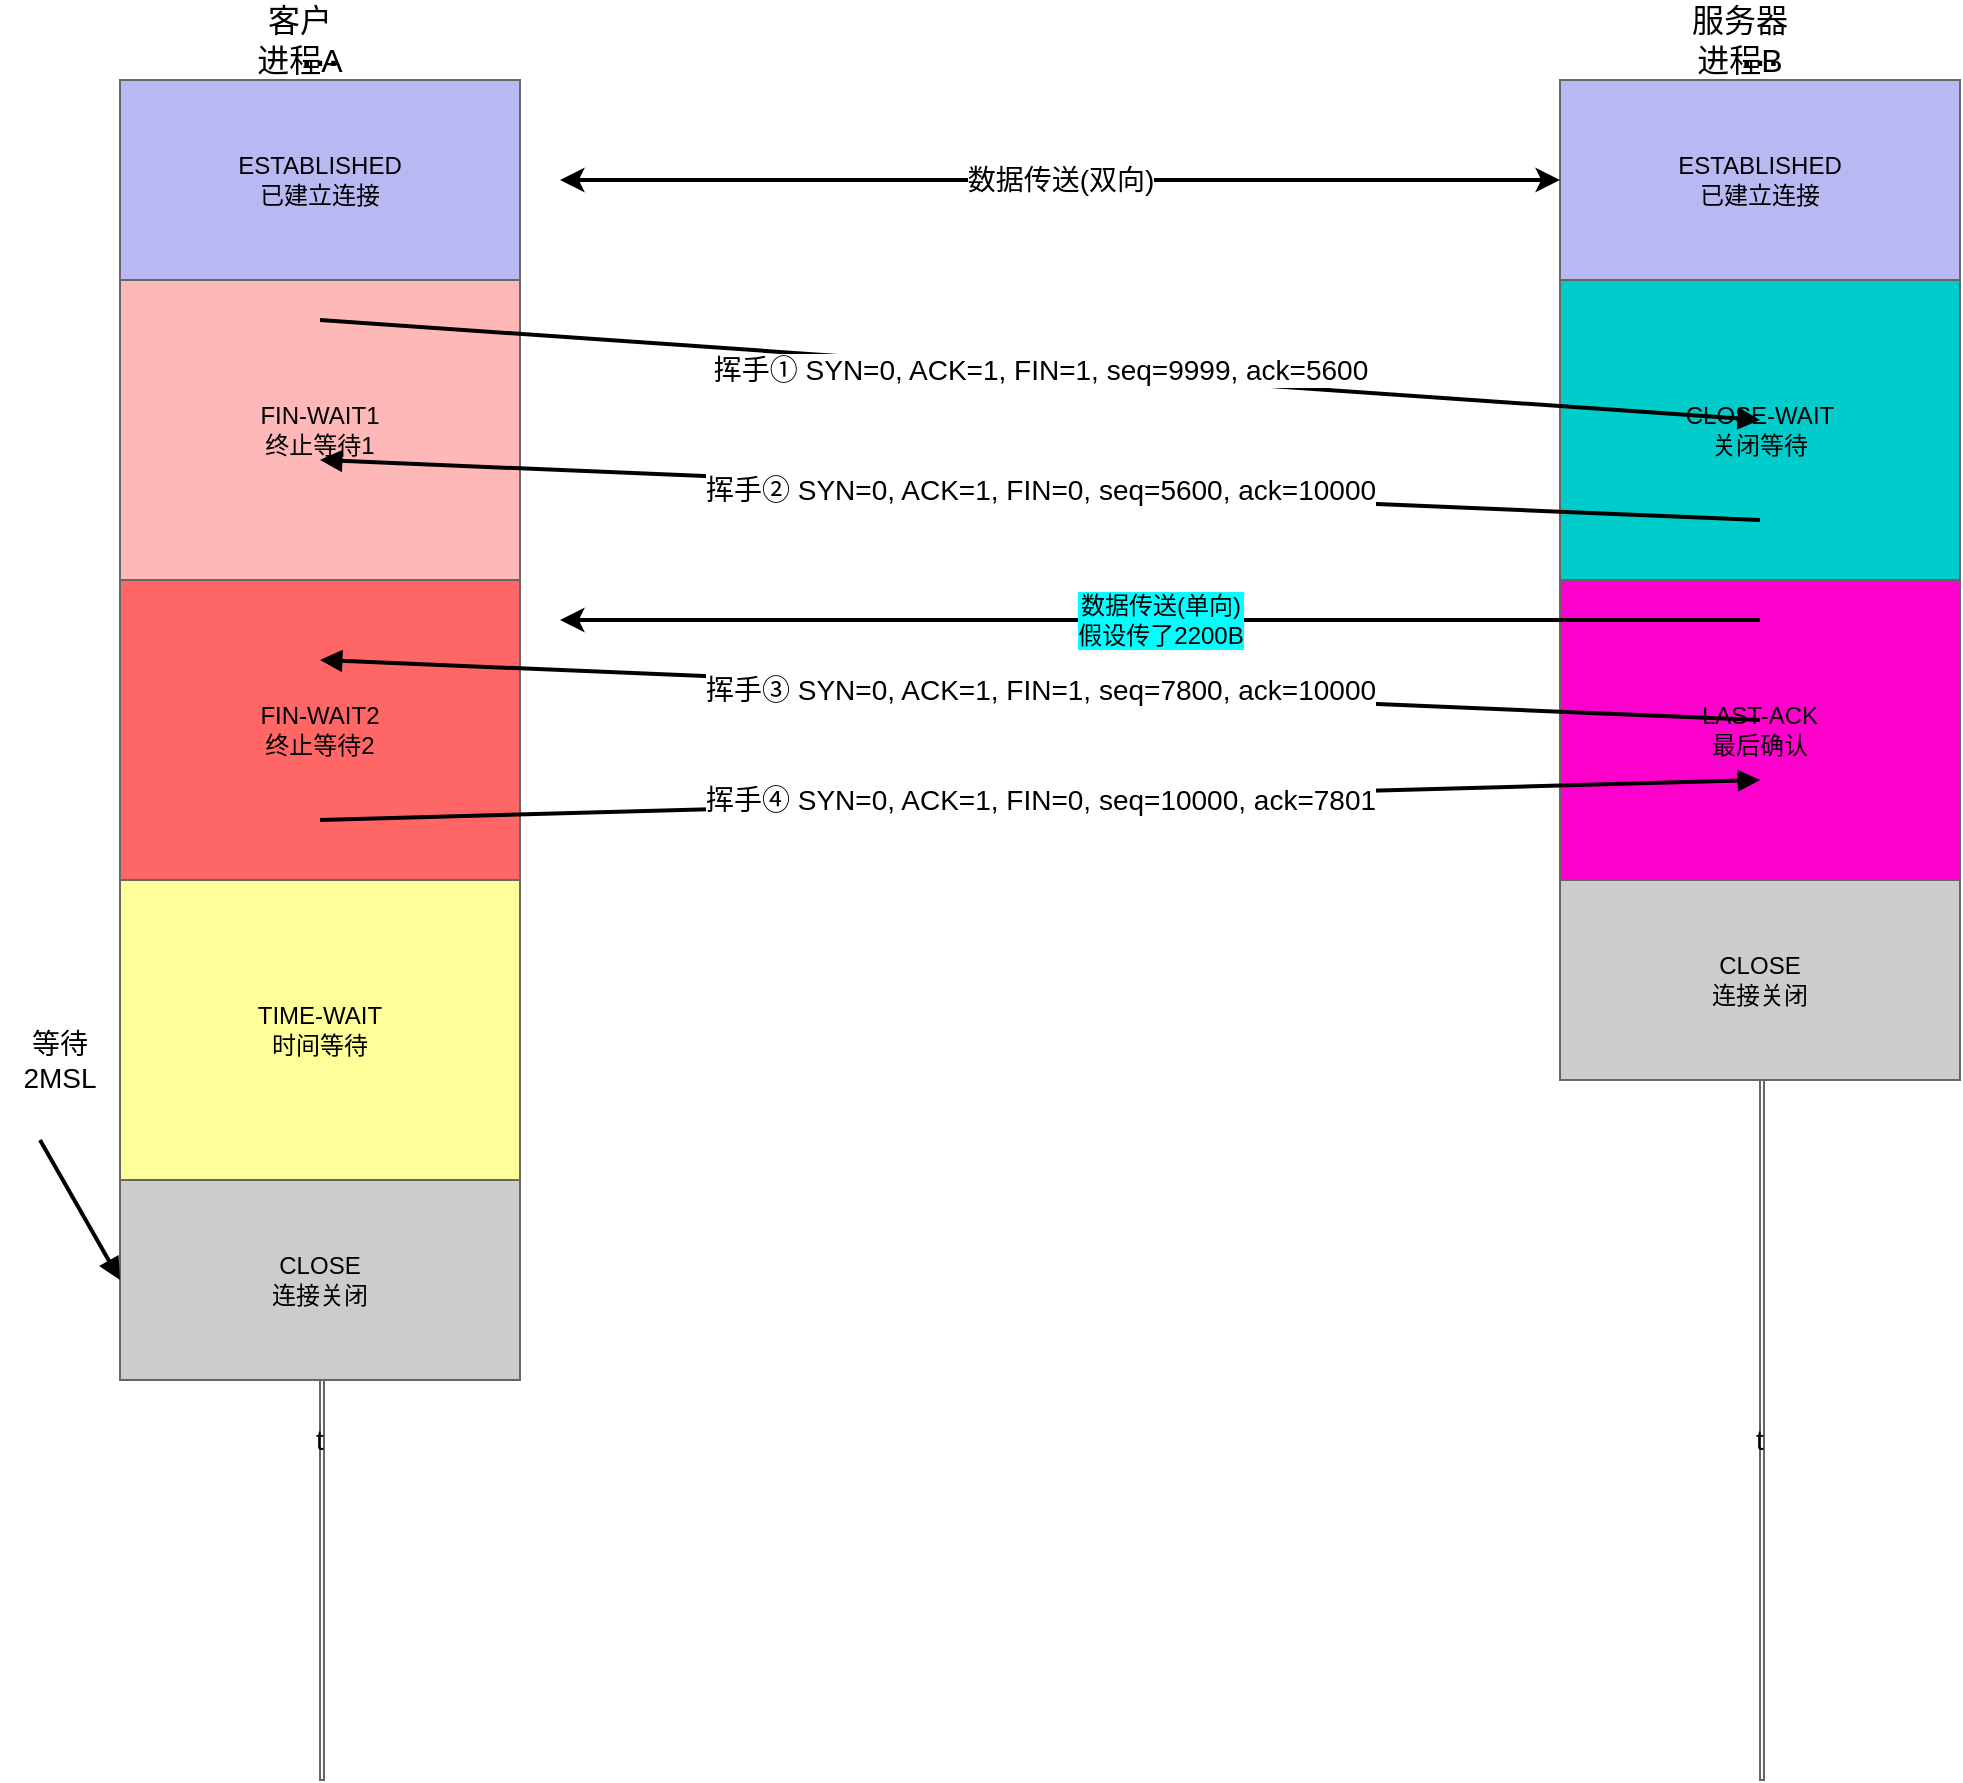
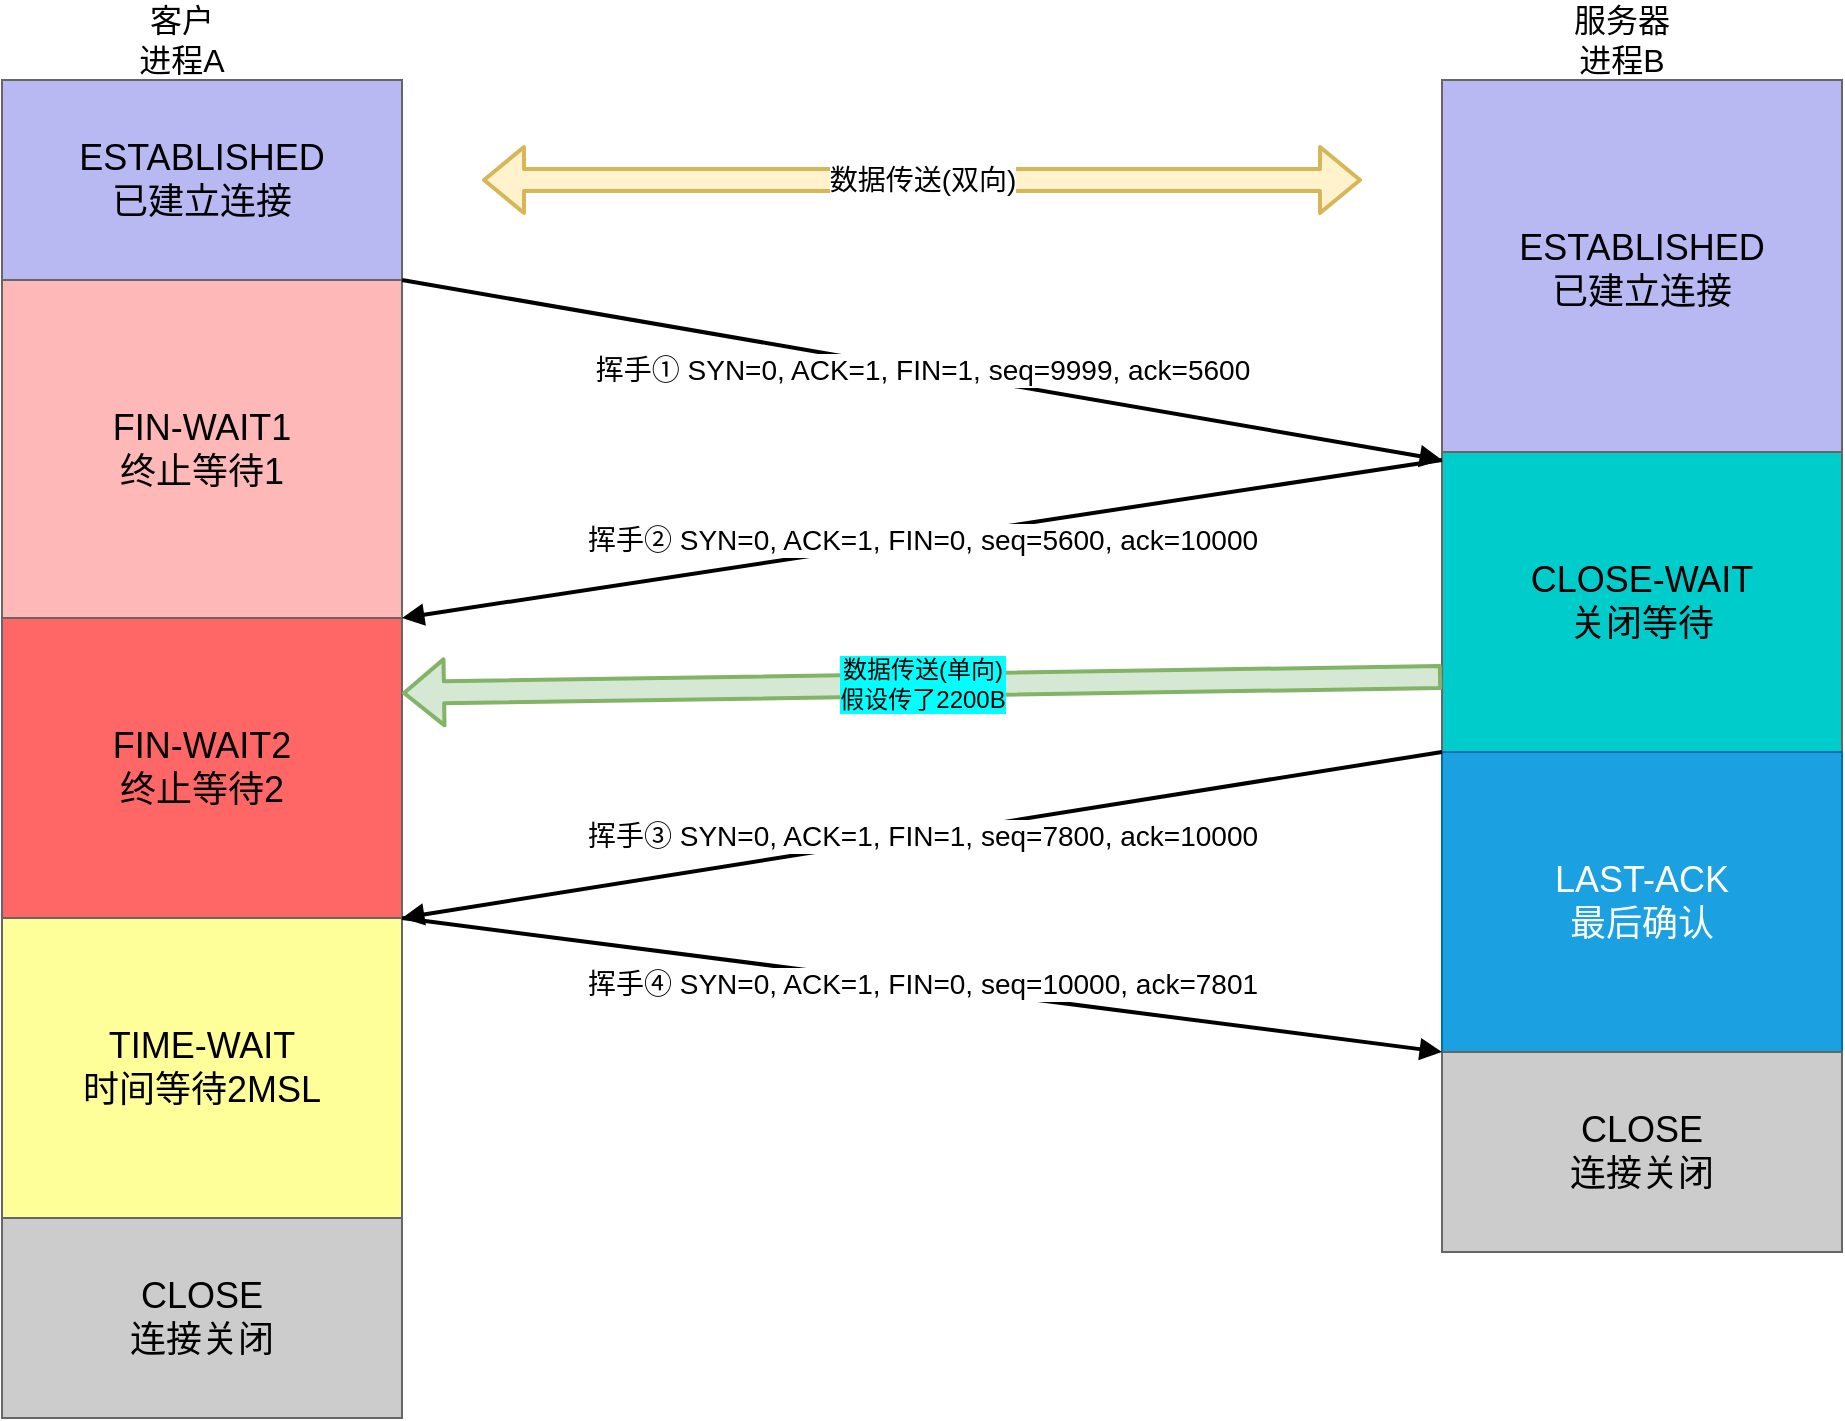
<mxfile host="app.diagrams.net">
  <diagram id="TCP-4way-handshake" name="TCP四次挥手">
-     <mxGraphModel dx="1300" dy="900" grid="1" gridSize="10" guides="1" tooltips="1" connect="1" arrows="1">
+     <mxGraphModel dx="3087" dy="1887" grid="1" gridSize="10" guides="1" tooltips="1" connect="1" arrows="1" fold="1" page="1" pageScale="1" pageWidth="827" pageHeight="1169" math="0" shadow="0">
      <root>
-         <mxCell id="0"/>
-         <mxCell id="1" parent="0"/>
- 
-         <!-- 左侧客户进程A -->
-         <mxCell id="colA" value="" style="endArrow=none;html=1;strokeColor=#666666;" vertex="1" parent="1">
-           <mxGeometry x="180" y="50" width="2" height="850" as="geometry"/>
+         <mxCell id="0" />
+         <mxCell id="1" parent="0" />
+         <mxCell id="labelA" parent="1" style="text;html=1;strokeColor=none;fillColor=none;align=center;verticalAlign=middle;whiteSpace=wrap;rounded=0;fontSize=16;" value="客户&#xa;进程A" vertex="1">
+           <mxGeometry height="40" width="100" x="120" y="10" as="geometry" />
        </mxCell>
- 
-         <mxCell id="labelA" value="客户&#xa;进程A" style="text;html=1;strokeColor=none;fillColor=none;align=center;verticalAlign=middle;whiteSpace=wrap;rounded=0;fontSize=16;" vertex="1" parent="1">
-           <mxGeometry x="120" y="10" width="100" height="40" as="geometry"/>
+         <mxCell id="stateA1" parent="1" style="rounded=0;whiteSpace=wrap;html=1;fillColor=#B8B8F2;strokeColor=#666666;" value="&lt;font style=&quot;font-size: 18px;&quot;&gt;ESTABLISHED&lt;br&gt;已建立连接&lt;/font&gt;" vertex="1">
+           <mxGeometry height="100" width="200" x="80" y="50" as="geometry" />
        </mxCell>
- 
-         <mxCell id="dotsA_top" value="..." style="text;html=1;strokeColor=none;fillColor=none;align=center;verticalAlign=middle;whiteSpace=wrap;rounded=0;fontSize=24;" vertex="1" parent="1">
-           <mxGeometry x="170" y="20" width="20" height="30" as="geometry"/>
+         <mxCell id="stateA2" parent="1" style="rounded=0;whiteSpace=wrap;html=1;fillColor=#FFB8B8;strokeColor=#666666;" value="&lt;font style=&quot;font-size: 18px;&quot;&gt;FIN-WAIT1&lt;br&gt;终止等待1&lt;/font&gt;" vertex="1">
+           <mxGeometry height="170" width="200" x="80" y="150" as="geometry" />
        </mxCell>
- 
-         <mxCell id="stateA1" value="ESTABLISHED&#xa;已建立连接" style="rounded=0;whiteSpace=wrap;html=1;fillColor=#B8B8F2;strokeColor=#666666;" vertex="1" parent="1">
-           <mxGeometry x="80" y="50" width="200" height="100" as="geometry"/>
+         <mxCell id="stateA3" parent="1" style="rounded=0;whiteSpace=wrap;html=1;fillColor=#FF6666;strokeColor=#666666;" value="&lt;font style=&quot;font-size: 18px;&quot;&gt;FIN-WAIT2&lt;br&gt;终止等待2&lt;/font&gt;" vertex="1">
+           <mxGeometry height="150" width="200" x="80" y="319" as="geometry" />
        </mxCell>
- 
-         <mxCell id="stateA2" value="FIN-WAIT1&#xa;终止等待1" style="rounded=0;whiteSpace=wrap;html=1;fillColor=#FFB8B8;strokeColor=#666666;" vertex="1" parent="1">
-           <mxGeometry x="80" y="150" width="200" height="150" as="geometry"/>
+         <mxCell id="stateA4" parent="1" style="rounded=0;whiteSpace=wrap;html=1;fillColor=#FFFF99;strokeColor=#666666;" value="&lt;font style=&quot;font-size: 18px;&quot;&gt;&lt;font style=&quot;&quot;&gt;TIME-WAIT&lt;br&gt;时间等待&lt;/font&gt;2MSL&lt;/font&gt;" vertex="1">
+           <mxGeometry height="150" width="200" x="80" y="469" as="geometry" />
        </mxCell>
- 
-         <mxCell id="stateA3" value="FIN-WAIT2&#xa;终止等待2" style="rounded=0;whiteSpace=wrap;html=1;fillColor=#FF6666;strokeColor=#666666;" vertex="1" parent="1">
-           <mxGeometry x="80" y="300" width="200" height="150" as="geometry"/>
+         <mxCell id="stateA5" parent="1" style="rounded=0;whiteSpace=wrap;html=1;fillColor=#CCCCCC;strokeColor=#666666;" value="&lt;font style=&quot;font-size: 18px;&quot;&gt;CLOSE&lt;br&gt;连接关闭&lt;/font&gt;" vertex="1">
+           <mxGeometry height="100" width="200" x="80" y="619" as="geometry" />
        </mxCell>
- 
-         <mxCell id="stateA4" value="TIME-WAIT&#xa;时间等待" style="rounded=0;whiteSpace=wrap;html=1;fillColor=#FFFF99;strokeColor=#666666;" vertex="1" parent="1">
-           <mxGeometry x="80" y="450" width="200" height="150" as="geometry"/>
+         <mxCell id="labelB" parent="1" style="text;html=1;strokeColor=none;fillColor=none;align=center;verticalAlign=middle;whiteSpace=wrap;rounded=0;fontSize=16;" value="服务器&#xa;进程B" vertex="1">
+           <mxGeometry height="40" width="100" x="840" y="10" as="geometry" />
        </mxCell>
- 
-         <mxCell id="stateA5" value="CLOSE&#xa;连接关闭" style="rounded=0;whiteSpace=wrap;html=1;fillColor=#CCCCCC;strokeColor=#666666;" vertex="1" parent="1">
-           <mxGeometry x="80" y="600" width="200" height="100" as="geometry"/>
+         <mxCell id="stateB1" parent="1" style="rounded=0;whiteSpace=wrap;html=1;fillColor=#B8B8F2;strokeColor=#666666;" value="&lt;font style=&quot;font-size: 18px;&quot;&gt;ESTABLISHED&lt;br&gt;已建立连接&lt;/font&gt;" vertex="1">
+           <mxGeometry height="190" width="200" x="800" y="50" as="geometry" />
        </mxCell>
- 
-         <mxCell id="timeA" value="t" style="text;html=1;strokeColor=none;fillColor=none;align=center;verticalAlign=middle;whiteSpace=wrap;rounded=0;fontSize=14;" vertex="1" parent="1">
-           <mxGeometry x="170" y="720" width="20" height="20" as="geometry"/>
+         <mxCell id="stateB2" parent="1" style="rounded=0;whiteSpace=wrap;html=1;fillColor=#00CCCC;strokeColor=#666666;" value="&lt;font style=&quot;font-size: 18px;&quot;&gt;CLOSE-WAIT&lt;br&gt;关闭等待&lt;/font&gt;" vertex="1">
+           <mxGeometry height="150" width="200" x="800" y="236" as="geometry" />
        </mxCell>
- 
-         <mxCell id="wait2MSL" value="等待&#xa;2MSL" style="text;html=1;strokeColor=none;fillColor=none;align=center;verticalAlign=middle;whiteSpace=wrap;rounded=0;fontSize=14;" vertex="1" parent="1">
-           <mxGeometry x="20" y="500" width="60" height="80" as="geometry"/>
+         <mxCell id="stateB3" parent="1" style="rounded=0;whiteSpace=wrap;html=1;fillColor=#1ba1e2;strokeColor=#006EAF;fontColor=#ffffff;" value="&lt;font style=&quot;font-size: 18px;&quot;&gt;LAST-ACK&lt;br&gt;最后确认&lt;/font&gt;" vertex="1">
+           <mxGeometry height="150" width="200" x="800" y="386" as="geometry" />
        </mxCell>
- 
-         <mxCell id="arrow_wait" value="" style="endArrow=block;html=1;strokeWidth=2;fillColor=#000000;" edge="1" parent="1">
+         <mxCell id="stateB4" parent="1" style="rounded=0;whiteSpace=wrap;html=1;fillColor=#CCCCCC;strokeColor=#666666;" value="&lt;font style=&quot;font-size: 18px;&quot;&gt;CLOSE&lt;br&gt;连接关闭&lt;/font&gt;" vertex="1">
+           <mxGeometry height="100" width="200" x="800" y="536" as="geometry" />
+         </mxCell>
+         <mxCell id="arrow_data" edge="1" parent="1" style="endArrow=classic;startArrow=classic;html=1;strokeWidth=2;labelBackgroundColor=#ffffff;fontSize=14;shape=flexArrow;fillColor=#fff2cc;strokeColor=#d6b656;" value="数据传送(双向)">
          <mxGeometry relative="1" as="geometry">
-             <mxPoint x="40" y="580" as="sourcePoint"/>
-             <mxPoint x="80" y="580" as="targetPoint"/>
-             <mxPoint x="80" y="650" as="targetPoint"/>
+             <mxPoint x="320" y="100" as="sourcePoint" />
+             <mxPoint x="760" y="100" as="targetPoint" />
          </mxGeometry>
        </mxCell>
- 
-         <!-- 右侧服务器进程B -->
-         <mxCell id="colB" value="" style="endArrow=none;html=1;strokeColor=#666666;" vertex="1" parent="1">
-           <mxGeometry x="900" y="50" width="2" height="850" as="geometry"/>
-         </mxCell>
- 
-         <mxCell id="labelB" value="服务器&#xa;进程B" style="text;html=1;strokeColor=none;fillColor=none;align=center;verticalAlign=middle;whiteSpace=wrap;rounded=0;fontSize=16;" vertex="1" parent="1">
-           <mxGeometry x="840" y="10" width="100" height="40" as="geometry"/>
-         </mxCell>
- 
-         <mxCell id="dotsB_top" value="..." style="text;html=1;strokeColor=none;fillColor=none;align=center;verticalAlign=middle;whiteSpace=wrap;rounded=0;fontSize=24;" vertex="1" parent="1">
-           <mxGeometry x="890" y="20" width="20" height="30" as="geometry"/>
-         </mxCell>
- 
-         <mxCell id="stateB1" value="ESTABLISHED&#xa;已建立连接" style="rounded=0;whiteSpace=wrap;html=1;fillColor=#B8B8F2;strokeColor=#666666;" vertex="1" parent="1">
-           <mxGeometry x="800" y="50" width="200" height="100" as="geometry"/>
-         </mxCell>
- 
-         <mxCell id="stateB2" value="CLOSE-WAIT&#xa;关闭等待" style="rounded=0;whiteSpace=wrap;html=1;fillColor=#00CCCC;strokeColor=#666666;" vertex="1" parent="1">
-           <mxGeometry x="800" y="150" width="200" height="150" as="geometry"/>
-         </mxCell>
- 
-         <mxCell id="stateB3" value="LAST-ACK&#xa;最后确认" style="rounded=0;whiteSpace=wrap;html=1;fillColor=#FF00CC;strokeColor=#666666;" vertex="1" parent="1">
-           <mxGeometry x="800" y="300" width="200" height="150" as="geometry"/>
-         </mxCell>
- 
-         <mxCell id="stateB4" value="CLOSE&#xa;连接关闭" style="rounded=0;whiteSpace=wrap;html=1;fillColor=#CCCCCC;strokeColor=#666666;" vertex="1" parent="1">
-           <mxGeometry x="800" y="450" width="200" height="100" as="geometry"/>
-         </mxCell>
- 
-         <mxCell id="timeB" value="t" style="text;html=1;strokeColor=none;fillColor=none;align=center;verticalAlign=middle;whiteSpace=wrap;rounded=0;fontSize=14;" vertex="1" parent="1">
-           <mxGeometry x="890" y="720" width="20" height="20" as="geometry"/>
-         </mxCell>
- 
-         <!-- 数据传输双向箭头 -->
-         <mxCell id="arrow_data" value="数据传送(双向)" style="endArrow=classic;startArrow=classic;html=1;strokeWidth=2;fillColor=#000000;labelBackgroundColor=#ffffff;fontSize=14;" edge="1" parent="1">
+         <mxCell id="arrow1" edge="1" parent="1" source="stateA2" style="endArrow=block;html=1;strokeWidth=2;fillColor=#000000;labelBackgroundColor=#ffffff;fontSize=14;exitX=1;exitY=0;exitDx=0;exitDy=0;entryX=0;entryY=1;entryDx=0;entryDy=0;" target="stateB1" value="挥手① SYN=0, ACK=1, FIN=1, seq=9999, ack=5600">
          <mxGeometry relative="1" as="geometry">
-             <mxPoint x="300" y="100" as="sourcePoint"/>
-             <mxPoint x="800" y="100" as="targetPoint"/>
+             <mxPoint x="180" y="170" as="sourcePoint" />
+             <mxPoint x="900" y="220" as="targetPoint" />
          </mxGeometry>
        </mxCell>
- 
-         <!-- 挥手1 -->
-         <mxCell id="arrow1" value="挥手① SYN=0, ACK=1, FIN=1, seq=9999, ack=5600" style="endArrow=block;html=1;strokeWidth=2;fillColor=#000000;labelBackgroundColor=#ffffff;fontSize=14;" edge="1" parent="1">
+         <mxCell id="arrow2" edge="1" parent="1" style="endArrow=block;html=1;strokeWidth=2;fillColor=#000000;labelBackgroundColor=#ffffff;fontSize=14;entryX=1;entryY=0;entryDx=0;entryDy=0;" target="stateA3" value="挥手② SYN=0, ACK=1, FIN=0, seq=5600, ack=10000">
          <mxGeometry relative="1" as="geometry">
-             <mxPoint x="180" y="170" as="sourcePoint"/>
-             <mxPoint x="900" y="220" as="targetPoint"/>
+             <mxPoint x="800" y="240" as="sourcePoint" />
+             <mxPoint x="180" y="240" as="targetPoint" />
          </mxGeometry>
        </mxCell>
- 
-         <!-- 挥手2 -->
-         <mxCell id="arrow2" value="挥手② SYN=0, ACK=1, FIN=0, seq=5600, ack=10000" style="endArrow=block;html=1;strokeWidth=2;fillColor=#000000;labelBackgroundColor=#ffffff;fontSize=14;" edge="1" parent="1">
+         <mxCell id="arrow_data_single" edge="1" parent="1" source="stateB2" style="endArrow=classic;html=1;strokeWidth=2;fillColor=#d5e8d4;labelBackgroundColor=#00FFFF;fontSize=12;exitX=0;exitY=0.75;exitDx=0;exitDy=0;entryX=1;entryY=0.25;entryDx=0;entryDy=0;shape=flexArrow;strokeColor=#82b366;" target="stateA3" value="数据传送(单向)&#xa;假设传了2200B">
          <mxGeometry relative="1" as="geometry">
-             <mxPoint x="900" y="270" as="sourcePoint"/>
-             <mxPoint x="180" y="240" as="targetPoint"/>
+             <mxPoint x="900" y="320" as="sourcePoint" />
+             <mxPoint x="300" y="320" as="targetPoint" />
          </mxGeometry>
        </mxCell>
- 
-         <!-- 数据传送单向 -->
-         <mxCell id="arrow_data_single" value="数据传送(单向)&#xa;假设传了2200B" style="endArrow=classic;html=1;strokeWidth=2;fillColor=#000000;labelBackgroundColor=#00FFFF;fontSize=12;" edge="1" parent="1">
+         <mxCell id="arrow3" edge="1" parent="1" source="stateB3" style="endArrow=block;html=1;strokeWidth=2;fillColor=#000000;labelBackgroundColor=#ffffff;fontSize=14;exitX=0;exitY=0;exitDx=0;exitDy=0;entryX=1;entryY=1;entryDx=0;entryDy=0;" target="stateA3" value="挥手③ SYN=0, ACK=1, FIN=1, seq=7800, ack=10000">
          <mxGeometry relative="1" as="geometry">
-             <mxPoint x="900" y="320" as="sourcePoint"/>
-             <mxPoint x="300" y="320" as="targetPoint"/>
+             <mxPoint x="900" y="370" as="sourcePoint" />
+             <mxPoint x="180" y="340" as="targetPoint" />
          </mxGeometry>
        </mxCell>
- 
-         <!-- 挥手3 -->
-         <mxCell id="arrow3" value="挥手③ SYN=0, ACK=1, FIN=1, seq=7800, ack=10000" style="endArrow=block;html=1;strokeWidth=2;fillColor=#000000;labelBackgroundColor=#ffffff;fontSize=14;" edge="1" parent="1">
+         <mxCell id="arrow4" edge="1" parent="1" source="stateA4" style="endArrow=block;html=1;strokeWidth=2;fillColor=#000000;labelBackgroundColor=#ffffff;fontSize=14;exitX=1;exitY=0;exitDx=0;exitDy=0;entryX=0;entryY=1;entryDx=0;entryDy=0;" target="stateB3" value="挥手④ SYN=0, ACK=1, FIN=0, seq=10000, ack=7801">
          <mxGeometry relative="1" as="geometry">
-             <mxPoint x="900" y="370" as="sourcePoint"/>
-             <mxPoint x="180" y="340" as="targetPoint"/>
-           </mxGeometry>
-         </mxCell>
- 
-         <!-- 挥手4 -->
-         <mxCell id="arrow4" value="挥手④ SYN=0, ACK=1, FIN=0, seq=10000, ack=7801" style="endArrow=block;html=1;strokeWidth=2;fillColor=#000000;labelBackgroundColor=#ffffff;fontSize=14;" edge="1" parent="1">
-           <mxGeometry relative="1" as="geometry">
-             <mxPoint x="180" y="420" as="sourcePoint"/>
-             <mxPoint x="900" y="400" as="targetPoint"/>
+             <mxPoint x="180" y="420" as="sourcePoint" />
+             <mxPoint x="900" y="400" as="targetPoint" />
          </mxGeometry>
        </mxCell>
      </root>
    </mxGraphModel>
  </diagram>
</mxfile>
